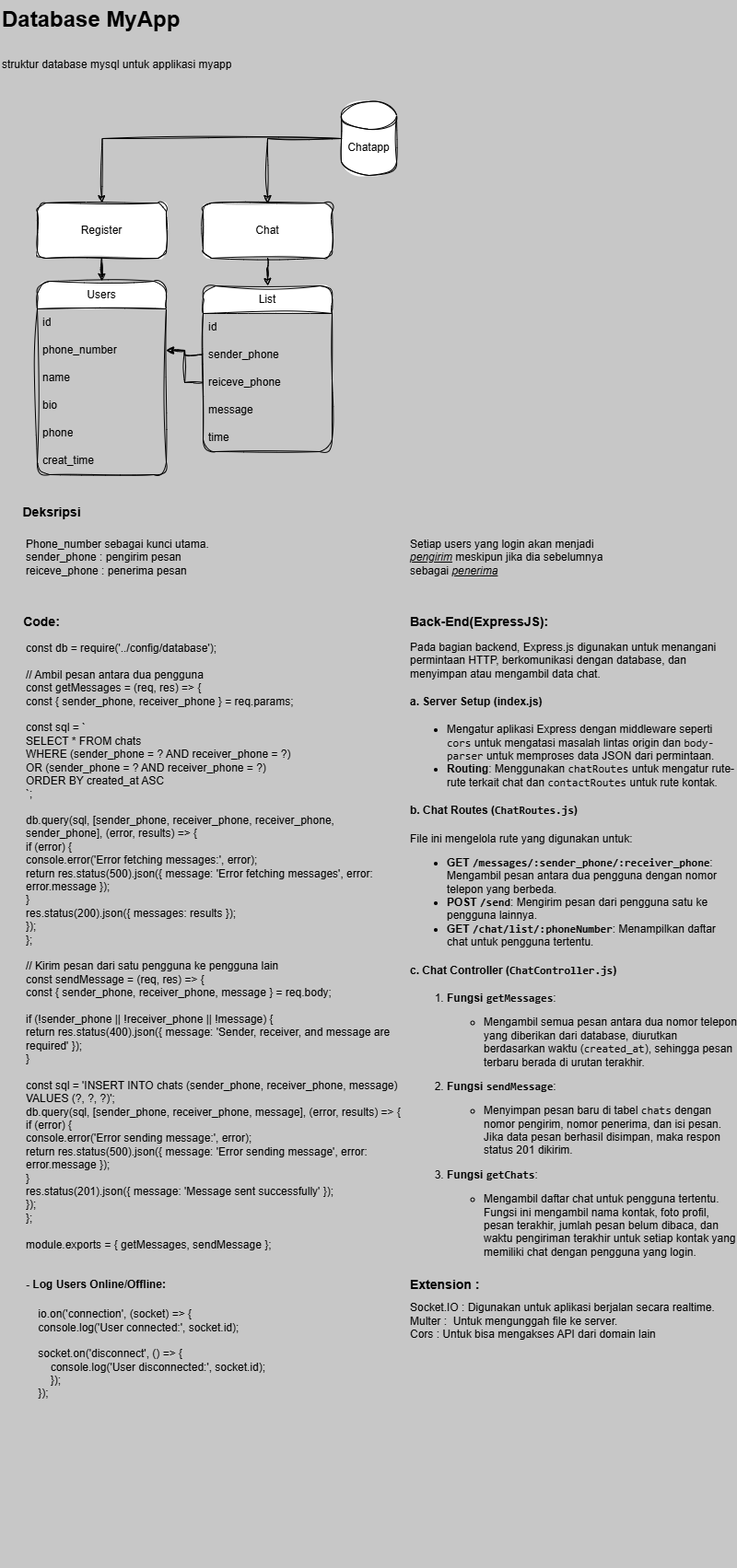
This is Database Struktur MyApp.drawio.png from NaufalAdityaAkbar/Database-ExpressJS_MyApp, a draw.io export, as it was before one commit. Source tidied: cells renumbered, new cells last; positions are measured from the earlier drawing's top-left corner, leaving out a move shared by most shapes.
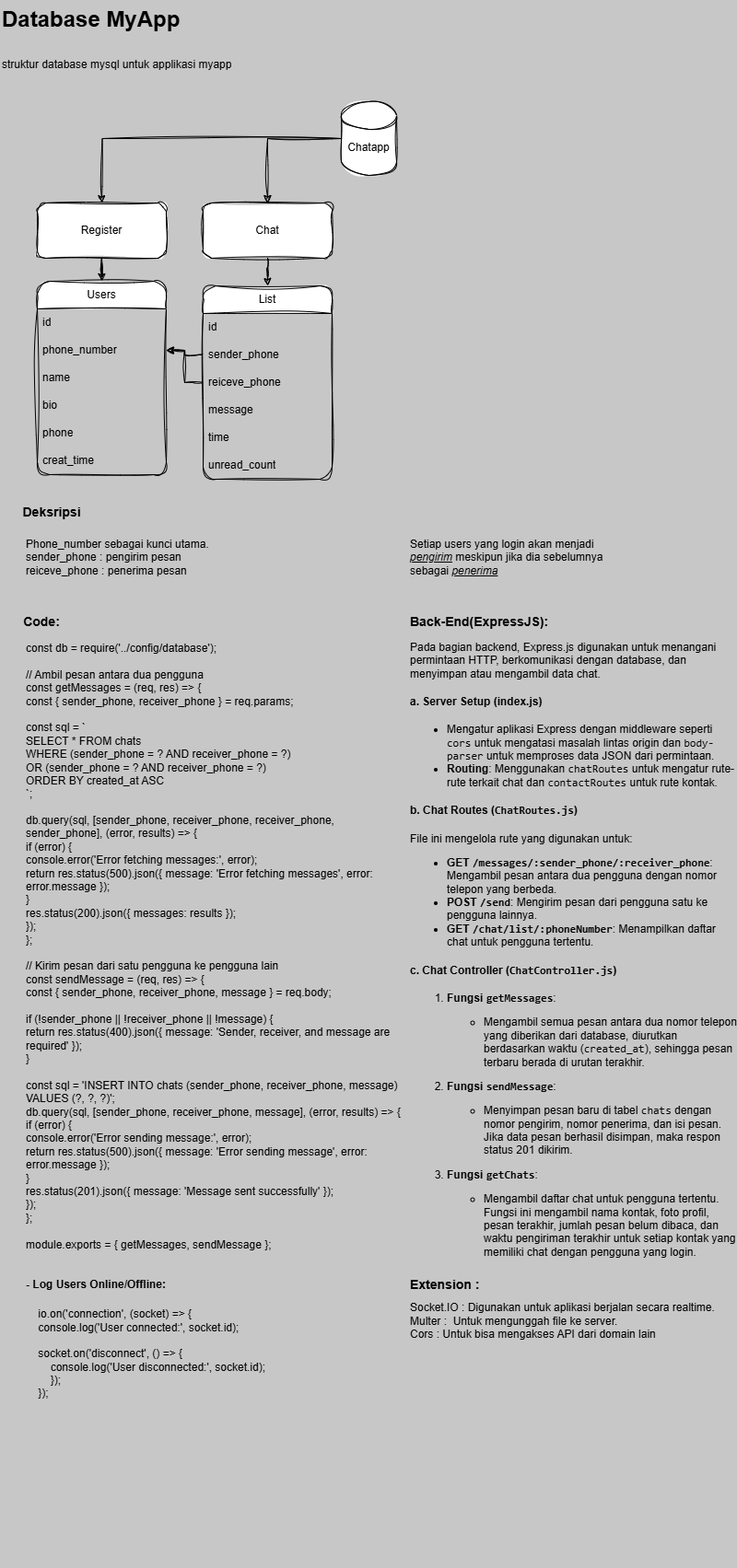
Above is the later version.

Change to the diagram source:
```diff
@@ -38,7 +38,7 @@
       <mxGeometry x="260" y="235" width="60" height="30" as="geometry" />
     </mxCell>
     <mxCell id="13" value="List" style="swimlane;fontStyle=0;horizontal=1;startSize=30;whiteSpace=wrap;html=1;rounded=1;labelBackgroundColor=none;sketch=1;curveFitting=1;jiggle=2;" parent="1" vertex="1">
-      <mxGeometry x="220" y="310" width="140" height="180" as="geometry" />
+      <mxGeometry x="220" y="310" width="140" height="210" as="geometry" />
     </mxCell>
     <mxCell id="14" value="id" style="text;strokeColor=none;fillColor=none;align=left;verticalAlign=middle;spacingLeft=4;spacingRight=4;overflow=hidden;whiteSpace=wrap;html=1;labelBackgroundColor=none;sketch=1;curveFitting=1;jiggle=2;" parent="13" vertex="1">
       <mxGeometry y="30" width="140" height="30" as="geometry" />
@@ -64,6 +64,9 @@
     <mxCell id="19" value="time" style="text;strokeColor=none;fillColor=none;align=left;verticalAlign=middle;spacingLeft=4;spacingRight=4;overflow=hidden;whiteSpace=wrap;html=1;labelBackgroundColor=none;sketch=1;curveFitting=1;jiggle=2;" parent="13" vertex="1">
       <mxGeometry y="150" width="140" height="30" as="geometry" />
     </mxCell>
+    <mxCell id="38" value="unread_count" style="text;strokeColor=none;fillColor=none;align=left;verticalAlign=middle;spacingLeft=4;spacingRight=4;overflow=hidden;whiteSpace=wrap;html=1;labelBackgroundColor=none;sketch=1;curveFitting=1;jiggle=2;" parent="13" vertex="1">
+      <mxGeometry y="180" width="140" height="30" as="geometry" />
+    </mxCell>
     <mxCell id="20" value="Users" style="swimlane;fontStyle=0;horizontal=1;startSize=30;whiteSpace=wrap;html=1;points=[[0,0,0,0,0],[0,0.25,0,0,0],[0,0.5,0,0,0],[0,0.75,0,0,0],[0,1,0,0,0],[0.25,0,0,0,0],[0.25,1,0,0,0],[0.5,0,0,0,0],[0.5,1,0,0,0],[0.75,0,0,0,0],[0.75,1,0,0,0],[1,0,0,0,0],[1,0.25,0,0,0],[1,0.5,0,0,0],[1,0.75,0,0,0],[1,1,0,0,0]];rounded=1;labelBackgroundColor=none;sketch=1;curveFitting=1;jiggle=2;" parent="1" vertex="1">
       <mxGeometry x="40" y="305" width="140" height="210" as="geometry" />
     </mxCell>
```
